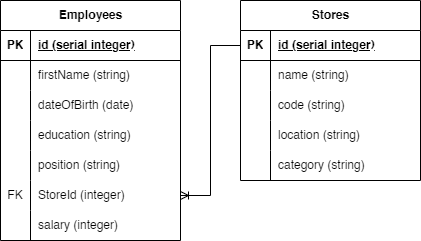
wedaiputu/pairProject_File2_port3005 keeps this draw.io diagram as erd.drawio.png. Above is the earlier version. Source tidied: cells renumbered, new cells last; positions are measured from the earlier drawing's top-left corner, leaving out a move shared by most shapes. The source it was exported from:
```xml
<mxGraphModel>
  <root>
    <mxCell id="0" />
    <mxCell id="1" parent="0" />
    <mxCell id="2" value="Employees" style="shape=table;startSize=30;rowLines=0;fontStyle=1;align=center;html=1;" parent="1" vertex="1">
      <mxGeometry width="180" height="240" as="geometry" />
    </mxCell>
    <mxCell id="3" style="shape=tableRow;horizontal=0;startSize=0;swimlaneHead=0;swimlaneBody=0;fillColor=none;top=0;left=0;right=0;bottom=1;" parent="2" vertex="1">
      <mxGeometry y="30" width="180" height="30" as="geometry" />
    </mxCell>
    <mxCell id="4" value="PK" style="shape=partialRectangle;fillColor=none;top=0;left=0;bottom=0;right=0;fontStyle=1;overflow=hidden;whiteSpace=wrap;html=1;" parent="3" vertex="1">
      <mxGeometry width="30" height="30" as="geometry" />
    </mxCell>
    <mxCell id="5" value="id (serial integer)" style="shape=partialRectangle;fillColor=none;top=0;left=0;bottom=0;right=0;align=left;spacingLeft=6;fontStyle=5;overflow=hidden;whiteSpace=wrap;html=1;" parent="3" vertex="1">
      <mxGeometry x="30" width="150" height="30" as="geometry" />
    </mxCell>
    <mxCell id="6" style="shape=tableRow;horizontal=0;startSize=0;swimlaneHead=0;swimlaneBody=0;fillColor=none;top=0;left=0;right=0;bottom=0;" parent="2" vertex="1">
      <mxGeometry y="60" width="180" height="30" as="geometry" />
    </mxCell>
    <mxCell id="7" style="shape=partialRectangle;fillColor=none;top=0;left=0;bottom=0;right=0;overflow=hidden;whiteSpace=wrap;html=1;" parent="6" vertex="1">
      <mxGeometry width="30" height="30" as="geometry" />
    </mxCell>
    <mxCell id="8" value="firstName (string)" style="shape=partialRectangle;fillColor=none;top=0;left=0;bottom=0;right=0;align=left;spacingLeft=6;overflow=hidden;whiteSpace=wrap;html=1;" parent="6" vertex="1">
      <mxGeometry x="30" width="150" height="30" as="geometry" />
    </mxCell>
    <mxCell id="9" style="shape=tableRow;horizontal=0;startSize=0;swimlaneHead=0;swimlaneBody=0;fillColor=none;top=0;left=0;right=0;bottom=0;" parent="2" vertex="1">
      <mxGeometry y="90" width="180" height="30" as="geometry" />
    </mxCell>
    <mxCell id="10" style="shape=partialRectangle;fillColor=none;top=0;left=0;bottom=0;right=0;overflow=hidden;whiteSpace=wrap;html=1;" parent="9" vertex="1">
      <mxGeometry width="30" height="30" as="geometry" />
    </mxCell>
    <mxCell id="11" value="dateOfBirth (date)" style="shape=partialRectangle;fillColor=none;top=0;left=0;bottom=0;right=0;align=left;spacingLeft=6;overflow=hidden;whiteSpace=wrap;html=1;" parent="9" vertex="1">
      <mxGeometry x="30" width="150" height="30" as="geometry" />
    </mxCell>
    <mxCell id="12" style="shape=tableRow;horizontal=0;startSize=0;swimlaneHead=0;swimlaneBody=0;fillColor=none;top=0;left=0;right=0;bottom=0;" parent="2" vertex="1">
      <mxGeometry y="120" width="180" height="30" as="geometry" />
    </mxCell>
    <mxCell id="13" style="shape=partialRectangle;fillColor=none;top=0;left=0;bottom=0;right=0;overflow=hidden;whiteSpace=wrap;html=1;" parent="12" vertex="1">
      <mxGeometry width="30" height="30" as="geometry" />
    </mxCell>
    <mxCell id="14" value="education (string)" style="shape=partialRectangle;fillColor=none;top=0;left=0;bottom=0;right=0;align=left;spacingLeft=6;overflow=hidden;whiteSpace=wrap;html=1;" parent="12" vertex="1">
      <mxGeometry x="30" width="150" height="30" as="geometry" />
    </mxCell>
    <mxCell id="15" style="shape=tableRow;horizontal=0;startSize=0;swimlaneHead=0;swimlaneBody=0;fillColor=none;top=0;left=0;right=0;bottom=0;" parent="2" vertex="1">
      <mxGeometry y="150" width="180" height="30" as="geometry" />
    </mxCell>
    <mxCell id="16" style="shape=partialRectangle;fillColor=none;top=0;left=0;bottom=0;right=0;overflow=hidden;whiteSpace=wrap;html=1;" parent="15" vertex="1">
      <mxGeometry width="30" height="30" as="geometry" />
    </mxCell>
    <mxCell id="17" value="position (string)" style="shape=partialRectangle;fillColor=none;top=0;left=0;bottom=0;right=0;align=left;spacingLeft=6;overflow=hidden;whiteSpace=wrap;html=1;" parent="15" vertex="1">
      <mxGeometry x="30" width="150" height="30" as="geometry" />
    </mxCell>
    <mxCell id="18" style="shape=tableRow;horizontal=0;startSize=0;swimlaneHead=0;swimlaneBody=0;fillColor=none;points=[[0,0.5],[1,0.5]];portConstraint=eastwest;top=0;left=0;right=0;bottom=0;" parent="2" vertex="1">
      <mxGeometry y="180" width="180" height="30" as="geometry" />
    </mxCell>
    <mxCell id="19" value="FK" style="shape=partialRectangle;fillColor=none;top=0;left=0;bottom=0;right=0;overflow=hidden;whiteSpace=wrap;html=1;" parent="18" vertex="1">
      <mxGeometry width="30" height="30" as="geometry" />
    </mxCell>
    <mxCell id="20" value="StoreId (integer)" style="shape=partialRectangle;fillColor=none;top=0;left=0;bottom=0;right=0;align=left;spacingLeft=6;overflow=hidden;whiteSpace=wrap;html=1;" parent="18" vertex="1">
      <mxGeometry x="30" width="150" height="30" as="geometry" />
    </mxCell>
    <mxCell id="21" style="shape=tableRow;horizontal=0;startSize=0;swimlaneHead=0;swimlaneBody=0;fillColor=none;top=0;left=0;right=0;bottom=0;" parent="2" vertex="1">
      <mxGeometry y="210" width="180" height="30" as="geometry" />
    </mxCell>
    <mxCell id="22" style="shape=partialRectangle;fillColor=none;top=0;left=0;bottom=0;right=0;overflow=hidden;whiteSpace=wrap;html=1;" parent="21" vertex="1">
      <mxGeometry width="30" height="30" as="geometry" />
    </mxCell>
    <mxCell id="23" value="salary (integer)" style="shape=partialRectangle;fillColor=none;top=0;left=0;bottom=0;right=0;align=left;spacingLeft=6;overflow=hidden;whiteSpace=wrap;html=1;" parent="21" vertex="1">
      <mxGeometry x="30" width="150" height="30" as="geometry" />
    </mxCell>
    <mxCell id="24" value="Stores" style="shape=table;startSize=30;rowLines=0;fontStyle=1;align=center;html=1;" parent="1" vertex="1">
      <mxGeometry x="240" width="180" height="180" as="geometry" />
    </mxCell>
    <mxCell id="25" style="shape=tableRow;horizontal=0;startSize=0;swimlaneHead=0;swimlaneBody=0;fillColor=none;points=[[0,0.5],[1,0.5]];portConstraint=eastwest;top=0;left=0;right=0;bottom=1;" parent="24" vertex="1">
      <mxGeometry y="30" width="180" height="30" as="geometry" />
    </mxCell>
    <mxCell id="26" value="PK" style="shape=partialRectangle;fillColor=none;top=0;left=0;bottom=0;right=0;fontStyle=1;overflow=hidden;whiteSpace=wrap;html=1;" parent="25" vertex="1">
      <mxGeometry width="30" height="30" as="geometry" />
    </mxCell>
    <mxCell id="27" value="id (serial integer)" style="shape=partialRectangle;fillColor=none;top=0;left=0;bottom=0;right=0;align=left;spacingLeft=6;fontStyle=5;overflow=hidden;whiteSpace=wrap;html=1;" parent="25" vertex="1">
      <mxGeometry x="30" width="150" height="30" as="geometry" />
    </mxCell>
    <mxCell id="28" style="shape=tableRow;horizontal=0;startSize=0;swimlaneHead=0;swimlaneBody=0;fillColor=none;top=0;left=0;right=0;bottom=0;" parent="24" vertex="1">
      <mxGeometry y="60" width="180" height="30" as="geometry" />
    </mxCell>
    <mxCell id="29" style="shape=partialRectangle;fillColor=none;top=0;left=0;bottom=0;right=0;overflow=hidden;whiteSpace=wrap;html=1;" parent="28" vertex="1">
      <mxGeometry width="30" height="30" as="geometry" />
    </mxCell>
    <mxCell id="30" value="name (string)" style="shape=partialRectangle;fillColor=none;top=0;left=0;bottom=0;right=0;align=left;spacingLeft=6;overflow=hidden;whiteSpace=wrap;html=1;" parent="28" vertex="1">
      <mxGeometry x="30" width="150" height="30" as="geometry" />
    </mxCell>
    <mxCell id="31" style="shape=tableRow;horizontal=0;startSize=0;swimlaneHead=0;swimlaneBody=0;fillColor=none;top=0;left=0;right=0;bottom=0;" parent="24" vertex="1">
      <mxGeometry y="90" width="180" height="30" as="geometry" />
    </mxCell>
    <mxCell id="32" style="shape=partialRectangle;fillColor=none;top=0;left=0;bottom=0;right=0;overflow=hidden;whiteSpace=wrap;html=1;" parent="31" vertex="1">
      <mxGeometry width="30" height="30" as="geometry" />
    </mxCell>
    <mxCell id="33" value="code (string)" style="shape=partialRectangle;fillColor=none;top=0;left=0;bottom=0;right=0;align=left;spacingLeft=6;overflow=hidden;whiteSpace=wrap;html=1;" parent="31" vertex="1">
      <mxGeometry x="30" width="150" height="30" as="geometry" />
    </mxCell>
    <mxCell id="34" style="shape=tableRow;horizontal=0;startSize=0;swimlaneHead=0;swimlaneBody=0;fillColor=none;top=0;left=0;right=0;bottom=0;" parent="24" vertex="1">
      <mxGeometry y="120" width="180" height="30" as="geometry" />
    </mxCell>
    <mxCell id="35" style="shape=partialRectangle;fillColor=none;top=0;left=0;bottom=0;right=0;overflow=hidden;whiteSpace=wrap;html=1;" parent="34" vertex="1">
      <mxGeometry width="30" height="30" as="geometry" />
    </mxCell>
    <mxCell id="36" value="location (string)" style="shape=partialRectangle;fillColor=none;top=0;left=0;bottom=0;right=0;align=left;spacingLeft=6;overflow=hidden;whiteSpace=wrap;html=1;" parent="34" vertex="1">
      <mxGeometry x="30" width="150" height="30" as="geometry" />
    </mxCell>
    <mxCell id="37" style="shape=tableRow;horizontal=0;startSize=0;swimlaneHead=0;swimlaneBody=0;fillColor=none;top=0;left=0;right=0;bottom=0;" parent="24" vertex="1">
      <mxGeometry y="150" width="180" height="30" as="geometry" />
    </mxCell>
    <mxCell id="38" style="shape=partialRectangle;fillColor=none;top=0;left=0;bottom=0;right=0;overflow=hidden;whiteSpace=wrap;html=1;" parent="37" vertex="1">
      <mxGeometry width="30" height="30" as="geometry" />
    </mxCell>
    <mxCell id="39" value="category (string)" style="shape=partialRectangle;fillColor=none;top=0;left=0;bottom=0;right=0;align=left;spacingLeft=6;overflow=hidden;whiteSpace=wrap;html=1;" parent="37" vertex="1">
      <mxGeometry x="30" width="150" height="30" as="geometry" />
    </mxCell>
    <mxCell id="40" style="edgeStyle=entityRelationEdgeStyle;fontSize=12;html=1;endArrow=ERoneToMany;rounded=0;exitX=0;exitY=0.5;exitDx=0;exitDy=0;entryX=1;entryY=0.5;entryDx=0;entryDy=0;" parent="1" edge="1" source="25" target="18">
      <mxGeometry relative="1" as="geometry" />
    </mxCell>
  </root>
</mxGraphModel>
```
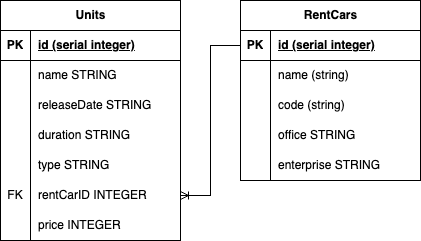
Above is the later version.

What changed in the source:
```diff
@@ -2,7 +2,7 @@
   <root>
     <mxCell id="0" />
     <mxCell id="1" parent="0" />
-    <mxCell id="2" value="Employees" style="shape=table;startSize=30;rowLines=0;fontStyle=1;align=center;html=1;" parent="1" vertex="1">
+    <mxCell id="2" value="Units" style="shape=table;startSize=30;rowLines=0;fontStyle=1;align=center;html=1;" parent="1" vertex="1">
       <mxGeometry width="180" height="240" as="geometry" />
     </mxCell>
     <mxCell id="3" style="shape=tableRow;horizontal=0;startSize=0;swimlaneHead=0;swimlaneBody=0;fillColor=none;top=0;left=0;right=0;bottom=1;" parent="2" vertex="1">
@@ -20,7 +20,7 @@
     <mxCell id="7" style="shape=partialRectangle;fillColor=none;top=0;left=0;bottom=0;right=0;overflow=hidden;whiteSpace=wrap;html=1;" parent="6" vertex="1">
       <mxGeometry width="30" height="30" as="geometry" />
     </mxCell>
-    <mxCell id="8" value="firstName (string)" style="shape=partialRectangle;fillColor=none;top=0;left=0;bottom=0;right=0;align=left;spacingLeft=6;overflow=hidden;whiteSpace=wrap;html=1;" parent="6" vertex="1">
+    <mxCell id="8" value="name STRING" style="shape=partialRectangle;fillColor=none;top=0;left=0;bottom=0;right=0;align=left;spacingLeft=6;overflow=hidden;whiteSpace=wrap;html=1;" parent="6" vertex="1">
       <mxGeometry x="30" width="150" height="30" as="geometry" />
     </mxCell>
     <mxCell id="9" style="shape=tableRow;horizontal=0;startSize=0;swimlaneHead=0;swimlaneBody=0;fillColor=none;top=0;left=0;right=0;bottom=0;" parent="2" vertex="1">
@@ -29,7 +29,7 @@
     <mxCell id="10" style="shape=partialRectangle;fillColor=none;top=0;left=0;bottom=0;right=0;overflow=hidden;whiteSpace=wrap;html=1;" parent="9" vertex="1">
       <mxGeometry width="30" height="30" as="geometry" />
     </mxCell>
-    <mxCell id="11" value="dateOfBirth (date)" style="shape=partialRectangle;fillColor=none;top=0;left=0;bottom=0;right=0;align=left;spacingLeft=6;overflow=hidden;whiteSpace=wrap;html=1;" parent="9" vertex="1">
+    <mxCell id="11" value="releaseDate STRING" style="shape=partialRectangle;fillColor=none;top=0;left=0;bottom=0;right=0;align=left;spacingLeft=6;overflow=hidden;whiteSpace=wrap;html=1;" parent="9" vertex="1">
       <mxGeometry x="30" width="150" height="30" as="geometry" />
     </mxCell>
     <mxCell id="12" style="shape=tableRow;horizontal=0;startSize=0;swimlaneHead=0;swimlaneBody=0;fillColor=none;top=0;left=0;right=0;bottom=0;" parent="2" vertex="1">
@@ -38,7 +38,7 @@
     <mxCell id="13" style="shape=partialRectangle;fillColor=none;top=0;left=0;bottom=0;right=0;overflow=hidden;whiteSpace=wrap;html=1;" parent="12" vertex="1">
       <mxGeometry width="30" height="30" as="geometry" />
     </mxCell>
-    <mxCell id="14" value="education (string)" style="shape=partialRectangle;fillColor=none;top=0;left=0;bottom=0;right=0;align=left;spacingLeft=6;overflow=hidden;whiteSpace=wrap;html=1;" parent="12" vertex="1">
+    <mxCell id="14" value="duration STRING" style="shape=partialRectangle;fillColor=none;top=0;left=0;bottom=0;right=0;align=left;spacingLeft=6;overflow=hidden;whiteSpace=wrap;html=1;" parent="12" vertex="1">
       <mxGeometry x="30" width="150" height="30" as="geometry" />
     </mxCell>
     <mxCell id="15" style="shape=tableRow;horizontal=0;startSize=0;swimlaneHead=0;swimlaneBody=0;fillColor=none;top=0;left=0;right=0;bottom=0;" parent="2" vertex="1">
@@ -47,7 +47,7 @@
     <mxCell id="16" style="shape=partialRectangle;fillColor=none;top=0;left=0;bottom=0;right=0;overflow=hidden;whiteSpace=wrap;html=1;" parent="15" vertex="1">
       <mxGeometry width="30" height="30" as="geometry" />
     </mxCell>
-    <mxCell id="17" value="position (string)" style="shape=partialRectangle;fillColor=none;top=0;left=0;bottom=0;right=0;align=left;spacingLeft=6;overflow=hidden;whiteSpace=wrap;html=1;" parent="15" vertex="1">
+    <mxCell id="17" value="type STRING" style="shape=partialRectangle;fillColor=none;top=0;left=0;bottom=0;right=0;align=left;spacingLeft=6;overflow=hidden;whiteSpace=wrap;html=1;" parent="15" vertex="1">
       <mxGeometry x="30" width="150" height="30" as="geometry" />
     </mxCell>
     <mxCell id="18" style="shape=tableRow;horizontal=0;startSize=0;swimlaneHead=0;swimlaneBody=0;fillColor=none;points=[[0,0.5],[1,0.5]];portConstraint=eastwest;top=0;left=0;right=0;bottom=0;" parent="2" vertex="1">
@@ -56,7 +56,7 @@
     <mxCell id="19" value="FK" style="shape=partialRectangle;fillColor=none;top=0;left=0;bottom=0;right=0;overflow=hidden;whiteSpace=wrap;html=1;" parent="18" vertex="1">
       <mxGeometry width="30" height="30" as="geometry" />
     </mxCell>
-    <mxCell id="20" value="StoreId (integer)" style="shape=partialRectangle;fillColor=none;top=0;left=0;bottom=0;right=0;align=left;spacingLeft=6;overflow=hidden;whiteSpace=wrap;html=1;" parent="18" vertex="1">
+    <mxCell id="20" value="rentCarID INTEGER" style="shape=partialRectangle;fillColor=none;top=0;left=0;bottom=0;right=0;align=left;spacingLeft=6;overflow=hidden;whiteSpace=wrap;html=1;" parent="18" vertex="1">
       <mxGeometry x="30" width="150" height="30" as="geometry" />
     </mxCell>
     <mxCell id="21" style="shape=tableRow;horizontal=0;startSize=0;swimlaneHead=0;swimlaneBody=0;fillColor=none;top=0;left=0;right=0;bottom=0;" parent="2" vertex="1">
@@ -65,10 +65,10 @@
     <mxCell id="22" style="shape=partialRectangle;fillColor=none;top=0;left=0;bottom=0;right=0;overflow=hidden;whiteSpace=wrap;html=1;" parent="21" vertex="1">
       <mxGeometry width="30" height="30" as="geometry" />
     </mxCell>
-    <mxCell id="23" value="salary (integer)" style="shape=partialRectangle;fillColor=none;top=0;left=0;bottom=0;right=0;align=left;spacingLeft=6;overflow=hidden;whiteSpace=wrap;html=1;" parent="21" vertex="1">
+    <mxCell id="23" value="price INTEGER" style="shape=partialRectangle;fillColor=none;top=0;left=0;bottom=0;right=0;align=left;spacingLeft=6;overflow=hidden;whiteSpace=wrap;html=1;" parent="21" vertex="1">
       <mxGeometry x="30" width="150" height="30" as="geometry" />
     </mxCell>
-    <mxCell id="24" value="Stores" style="shape=table;startSize=30;rowLines=0;fontStyle=1;align=center;html=1;" parent="1" vertex="1">
+    <mxCell id="24" value="RentCars" style="shape=table;startSize=30;rowLines=0;fontStyle=1;align=center;html=1;" parent="1" vertex="1">
       <mxGeometry x="240" width="180" height="180" as="geometry" />
     </mxCell>
     <mxCell id="25" style="shape=tableRow;horizontal=0;startSize=0;swimlaneHead=0;swimlaneBody=0;fillColor=none;points=[[0,0.5],[1,0.5]];portConstraint=eastwest;top=0;left=0;right=0;bottom=1;" parent="24" vertex="1">
@@ -104,7 +104,7 @@
     <mxCell id="35" style="shape=partialRectangle;fillColor=none;top=0;left=0;bottom=0;right=0;overflow=hidden;whiteSpace=wrap;html=1;" parent="34" vertex="1">
       <mxGeometry width="30" height="30" as="geometry" />
     </mxCell>
-    <mxCell id="36" value="location (string)" style="shape=partialRectangle;fillColor=none;top=0;left=0;bottom=0;right=0;align=left;spacingLeft=6;overflow=hidden;whiteSpace=wrap;html=1;" parent="34" vertex="1">
+    <mxCell id="36" value="office STRING" style="shape=partialRectangle;fillColor=none;top=0;left=0;bottom=0;right=0;align=left;spacingLeft=6;overflow=hidden;whiteSpace=wrap;html=1;" parent="34" vertex="1">
       <mxGeometry x="30" width="150" height="30" as="geometry" />
     </mxCell>
     <mxCell id="37" style="shape=tableRow;horizontal=0;startSize=0;swimlaneHead=0;swimlaneBody=0;fillColor=none;top=0;left=0;right=0;bottom=0;" parent="24" vertex="1">
@@ -113,7 +113,7 @@
     <mxCell id="38" style="shape=partialRectangle;fillColor=none;top=0;left=0;bottom=0;right=0;overflow=hidden;whiteSpace=wrap;html=1;" parent="37" vertex="1">
       <mxGeometry width="30" height="30" as="geometry" />
     </mxCell>
-    <mxCell id="39" value="category (string)" style="shape=partialRectangle;fillColor=none;top=0;left=0;bottom=0;right=0;align=left;spacingLeft=6;overflow=hidden;whiteSpace=wrap;html=1;" parent="37" vertex="1">
+    <mxCell id="39" value="enterprise STRING" style="shape=partialRectangle;fillColor=none;top=0;left=0;bottom=0;right=0;align=left;spacingLeft=6;overflow=hidden;whiteSpace=wrap;html=1;" parent="37" vertex="1">
       <mxGeometry x="30" width="150" height="30" as="geometry" />
     </mxCell>
     <mxCell id="40" style="edgeStyle=entityRelationEdgeStyle;fontSize=12;html=1;endArrow=ERoneToMany;rounded=0;exitX=0;exitY=0.5;exitDx=0;exitDy=0;entryX=1;entryY=0.5;entryDx=0;entryDy=0;" parent="1" edge="1" source="25" target="18">
```
